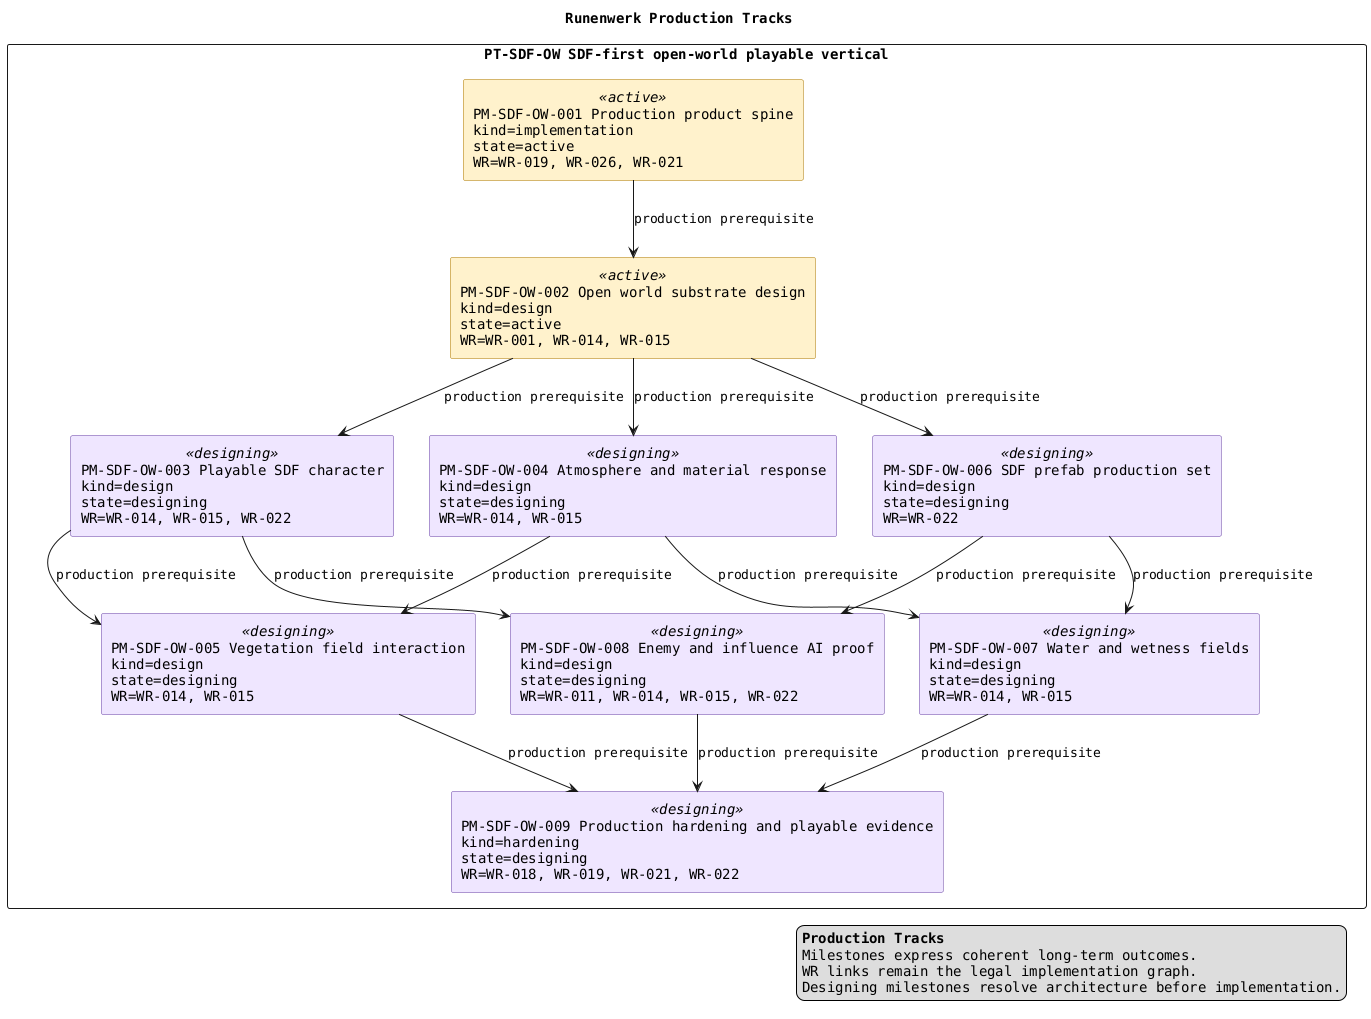
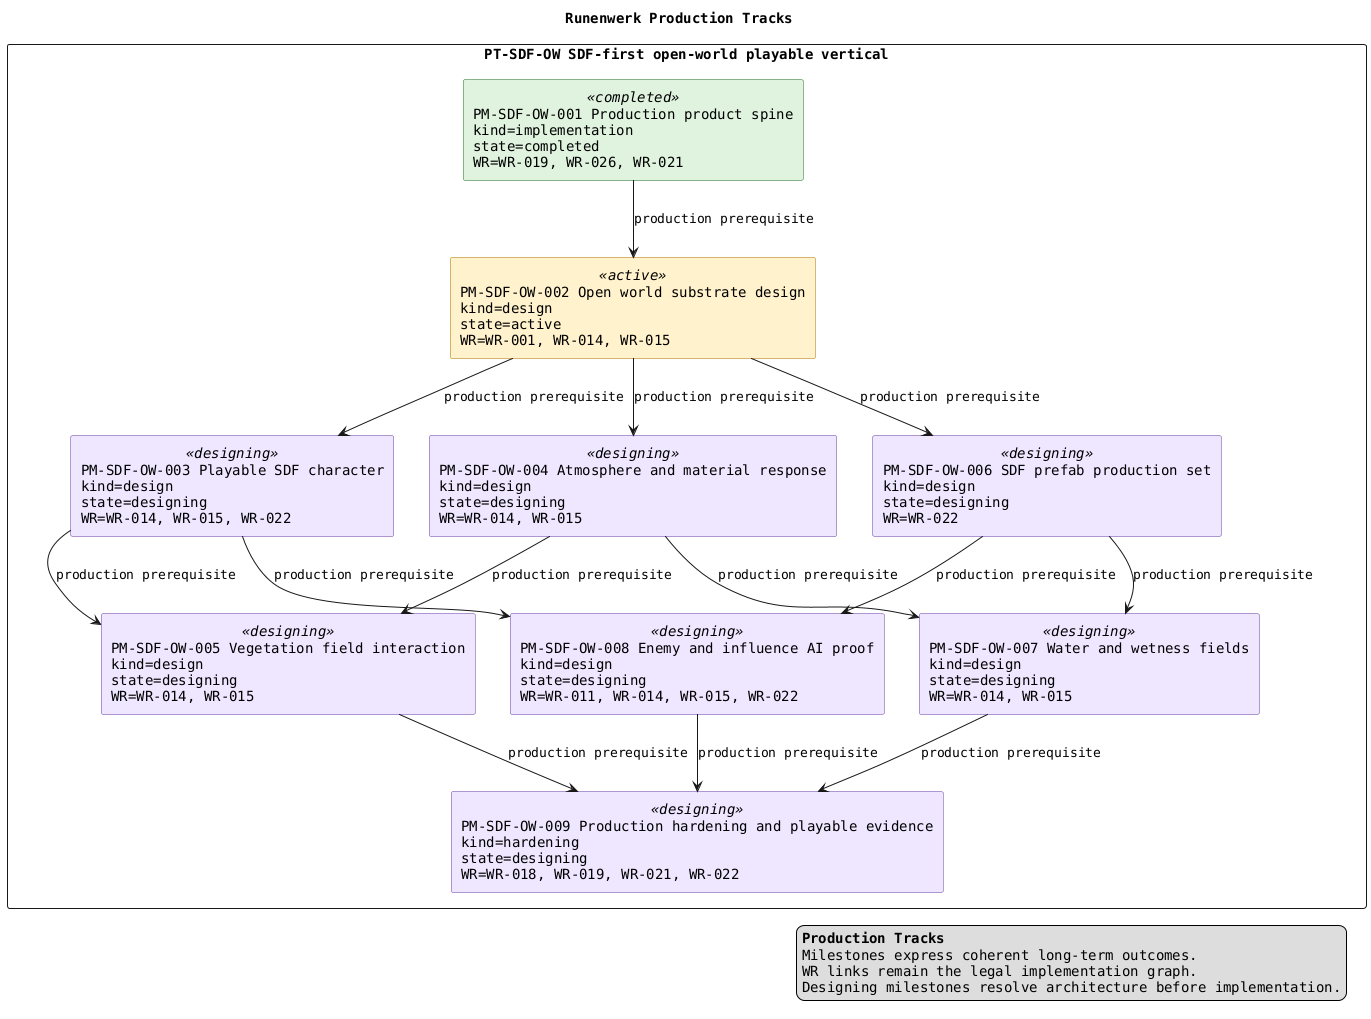
@startuml
title Runenwerk Production Tracks

top to bottom direction
skinparam componentStyle rectangle
skinparam shadowing false
skinparam packageStyle rectangle
skinparam defaultFontName Monospaced

skinparam component {
  BackgroundColor<<active>> #FFF2CC
  BorderColor<<active>> #AA7700
  BackgroundColor<<ready_next>> #DDEEFF
  BorderColor<<ready_next>> #004488
  BackgroundColor<<designing>> #EFE6FF
  BorderColor<<designing>> #6741A3
  BackgroundColor<<blocked>> #F4F4F4
  BorderColor<<blocked>> #777777
  BackgroundColor<<deferred>> #EEEEEE
  BorderColor<<deferred>> #666666
  FontColor<<deferred>> #666666
  BackgroundColor<<completed>> #DFF3DF
  BorderColor<<completed>> #267326
}

legend right
  <b>Production Tracks</b>
  Milestones express coherent long-term outcomes.
  WR links remain the legal implementation graph.
  Designing milestones resolve architecture before implementation.
endlegend

package "PT-SDF-OW SDF-first open-world playable vertical" {
-   component "PM-SDF-OW-001 Production product spine\nkind=implementation\nstate=active\nWR=WR-019, WR-026, WR-021" as PM_SDF_OW_001 <<active>>
+   component "PM-SDF-OW-001 Production product spine\nkind=implementation\nstate=completed\nWR=WR-019, WR-026, WR-021" as PM_SDF_OW_001 <<completed>>

  component "PM-SDF-OW-002 Open world substrate design\nkind=design\nstate=active\nWR=WR-001, WR-014, WR-015" as PM_SDF_OW_002 <<active>>

  component "PM-SDF-OW-003 Playable SDF character\nkind=design\nstate=designing\nWR=WR-014, WR-015, WR-022" as PM_SDF_OW_003 <<designing>>

  component "PM-SDF-OW-004 Atmosphere and material response\nkind=design\nstate=designing\nWR=WR-014, WR-015" as PM_SDF_OW_004 <<designing>>

  component "PM-SDF-OW-005 Vegetation field interaction\nkind=design\nstate=designing\nWR=WR-014, WR-015" as PM_SDF_OW_005 <<designing>>

  component "PM-SDF-OW-006 SDF prefab production set\nkind=design\nstate=designing\nWR=WR-022" as PM_SDF_OW_006 <<designing>>

  component "PM-SDF-OW-007 Water and wetness fields\nkind=design\nstate=designing\nWR=WR-014, WR-015" as PM_SDF_OW_007 <<designing>>

  component "PM-SDF-OW-008 Enemy and influence AI proof\nkind=design\nstate=designing\nWR=WR-011, WR-014, WR-015, WR-022" as PM_SDF_OW_008 <<designing>>

  component "PM-SDF-OW-009 Production hardening and playable evidence\nkind=hardening\nstate=designing\nWR=WR-018, WR-019, WR-021, WR-022" as PM_SDF_OW_009 <<designing>>

}

PM_SDF_OW_001 -down-> PM_SDF_OW_002 : production prerequisite
PM_SDF_OW_002 -down-> PM_SDF_OW_003 : production prerequisite
PM_SDF_OW_002 -down-> PM_SDF_OW_004 : production prerequisite
PM_SDF_OW_003 -down-> PM_SDF_OW_005 : production prerequisite
PM_SDF_OW_004 -down-> PM_SDF_OW_005 : production prerequisite
PM_SDF_OW_002 -down-> PM_SDF_OW_006 : production prerequisite
PM_SDF_OW_004 -down-> PM_SDF_OW_007 : production prerequisite
PM_SDF_OW_006 -down-> PM_SDF_OW_007 : production prerequisite
PM_SDF_OW_003 -down-> PM_SDF_OW_008 : production prerequisite
PM_SDF_OW_006 -down-> PM_SDF_OW_008 : production prerequisite
PM_SDF_OW_005 -down-> PM_SDF_OW_009 : production prerequisite
PM_SDF_OW_007 -down-> PM_SDF_OW_009 : production prerequisite
PM_SDF_OW_008 -down-> PM_SDF_OW_009 : production prerequisite

@enduml
